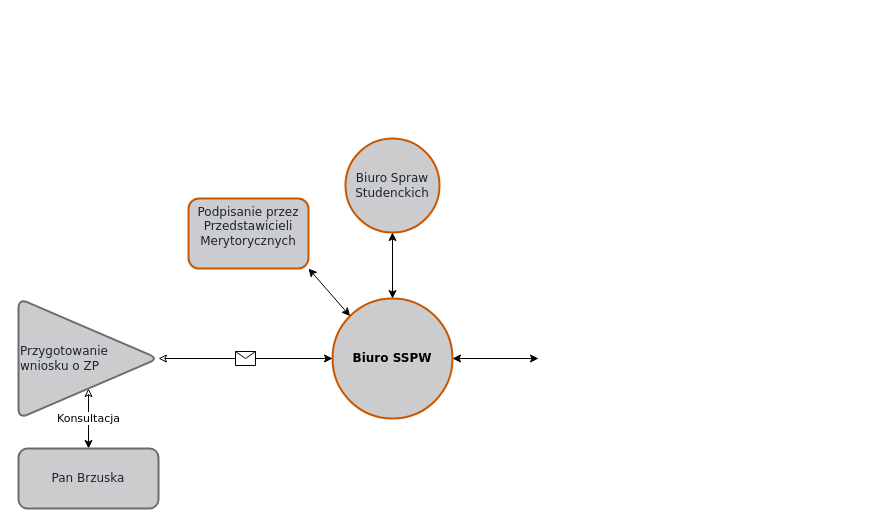
WelfareUnit/Projekt2 keeps this draw.io diagram as Untitled Diagram.drawio. Above is the earlier version. Source tidied: cells renumbered, new cells numbered last; positions are measured from the earlier drawing's top-left corner, leaving out a move shared by most shapes. Both pictures are drawn from the tidied source at 100%, with x=0, y=0 at pixel (18, 138).
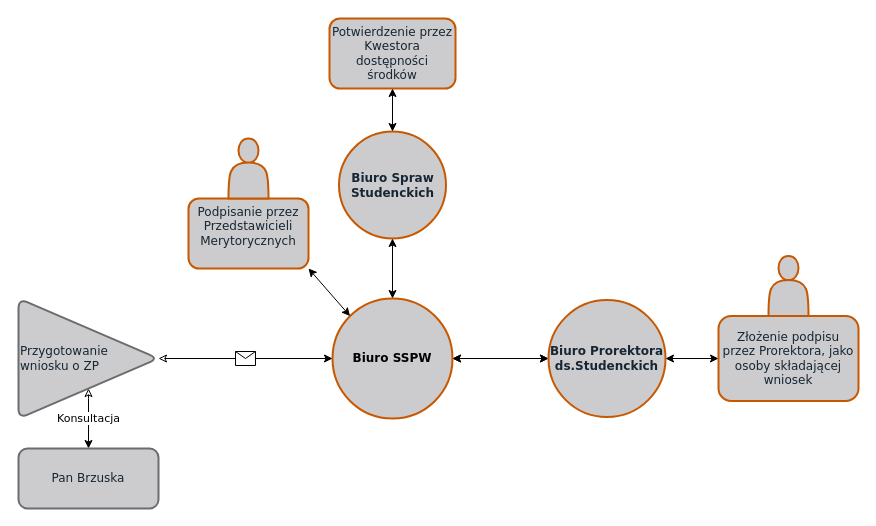
The same diagram, later.

Commit message:
dodane osoby

Unchanged cells that the change refers to:
```xml
<mxCell id="4" value="&lt;div style=&quot;font-size: 12px;&quot;&gt;Biuro SSPW&lt;br style=&quot;font-size: 12px;&quot;&gt;&lt;/div&gt;" style="ellipse;whiteSpace=wrap;html=1;rounded=1;fontFamily=Verdana;fontSize=12;strokeWidth=2;fillColor=#CCCCCF;align=center;strokeColor=#C85800;fontStyle=1;" parent="1" vertex="1">
  <mxGeometry x="314" y="160" width="120" height="120" as="geometry" />
</mxCell>
```

What changed in the source:
```diff
@@
+    <mxCell id="13" style="edgeStyle=none;jettySize=auto;html=1;fontFamily=Verdana;fontSize=12;fontColor=#162632;startArrow=classic;" parent="1" edge="1" source="4" target="16">
+      <mxGeometry relative="1" as="geometry" />
+    </mxCell>
@@
-    <mxCell id="10" style="endArrow=classic;startArrow=classic;html=1;fontFamily=Verdana;fontSize=12;fontColor=#162632;entryX=1;entryY=0.5;entryDx=0;entryDy=0;" parent="1" edge="1" target="4">
-      <mxGeometry relative="1" as="geometry">
-        <mxPoint x="520" y="220" as="sourcePoint" />
-      </mxGeometry>
+    <mxCell id="10" style="endArrow=classic;startArrow=classic;html=1;fontFamily=Verdana;fontSize=12;fontColor=#162632;entryX=1;entryY=0.5;entryDx=0;entryDy=0;exitX=0;exitY=0.5;exitDx=0;exitDy=0;" parent="1" edge="1" source="16" target="4">
+      <mxGeometry relative="1" as="geometry" />
     </mxCell>
-    <mxCell id="11" value="Biuro Spraw Studenckich" style="ellipse;whiteSpace=wrap;html=1;rounded=1;fontFamily=Verdana;fontSize=12;fontColor=#162632;strokeColor=#C85800;strokeWidth=2;fillColor=#CCCCCF;align=center;" parent="1" vertex="1">
-      <mxGeometry x="327" width="94" height="94" as="geometry" />
+    <mxCell id="11" value="Biuro Spraw Studenckich" style="ellipse;whiteSpace=wrap;html=1;rounded=1;fontFamily=Verdana;fontSize=12;fontColor=#162632;strokeColor=#C85800;strokeWidth=2;fillColor=#CCCCCF;align=center;fontStyle=1;" parent="1" vertex="1">
+      <mxGeometry x="320.5" y="-7" width="107" height="107" as="geometry" />
     </mxCell>
@@
+    <mxCell id="14" value="Potwierdzenie przez Kwestora dostępności środków" style="rounded=1;whiteSpace=wrap;html=1;fontFamily=Verdana;fontSize=12;fontColor=#162632;strokeColor=#C85800;strokeWidth=2;fillColor=#CCCCCF;align=center;" parent="1" vertex="1">
+      <mxGeometry x="311" y="-120" width="126" height="70" as="geometry" />
+    </mxCell>
+    <mxCell id="15" style="endArrow=classic;startArrow=classic;html=1;fontFamily=Verdana;fontSize=12;fontColor=#162632;exitX=0.5;exitY=0;exitDx=0;exitDy=0;entryX=0.5;entryY=1;entryDx=0;entryDy=0;" parent="1" edge="1" source="11" target="14">
+      <mxGeometry relative="1" as="geometry" />
+    </mxCell>
+    <mxCell id="16" value="Biuro Prorektora ds.Studenckich" style="ellipse;whiteSpace=wrap;html=1;rounded=1;fontFamily=Verdana;fontSize=12;fontColor=#162632;strokeColor=#C85800;strokeWidth=2;fillColor=#CCCCCF;align=center;fontStyle=1;" parent="1" vertex="1">
+      <mxGeometry x="530" y="161.5" width="117" height="117" as="geometry" />
+    </mxCell>
+    <mxCell id="17" value="Złożenie podpisu przez Prorektora, jako osoby składającej wniosek" style="rounded=1;whiteSpace=wrap;html=1;fontFamily=Verdana;fontSize=12;fontColor=#162632;strokeColor=#C85800;strokeWidth=2;fillColor=#CCCCCF;align=center;" parent="1" vertex="1">
+      <mxGeometry x="700" y="177.5" width="140" height="85" as="geometry" />
+    </mxCell>
+    <mxCell id="18" style="endArrow=classic;startArrow=classic;html=1;fontFamily=Verdana;fontSize=12;fontColor=#162632;entryX=1;entryY=0.5;entryDx=0;entryDy=0;exitX=0;exitY=0.5;exitDx=0;exitDy=0;" parent="1" edge="1" source="17" target="16">
+      <mxGeometry relative="1" as="geometry" />
+    </mxCell>
+    <mxCell id="19" style="shape=actor;whiteSpace=wrap;html=1;rounded=1;fontFamily=Verdana;fontSize=12;fontColor=#162632;strokeColor=#C85800;strokeWidth=2;fillColor=#CCCCCF;align=center;" parent="1" vertex="1">
+      <mxGeometry x="750" y="117.5" width="40" height="60" as="geometry" />
+    </mxCell>
+    <mxCell id="20" style="shape=actor;whiteSpace=wrap;html=1;rounded=1;fontFamily=Verdana;fontSize=12;fontColor=#162632;strokeColor=#C85800;strokeWidth=2;fillColor=#CCCCCF;align=center;" parent="1" vertex="1">
+      <mxGeometry x="210" width="40" height="60" as="geometry" />
+    </mxCell>
```
